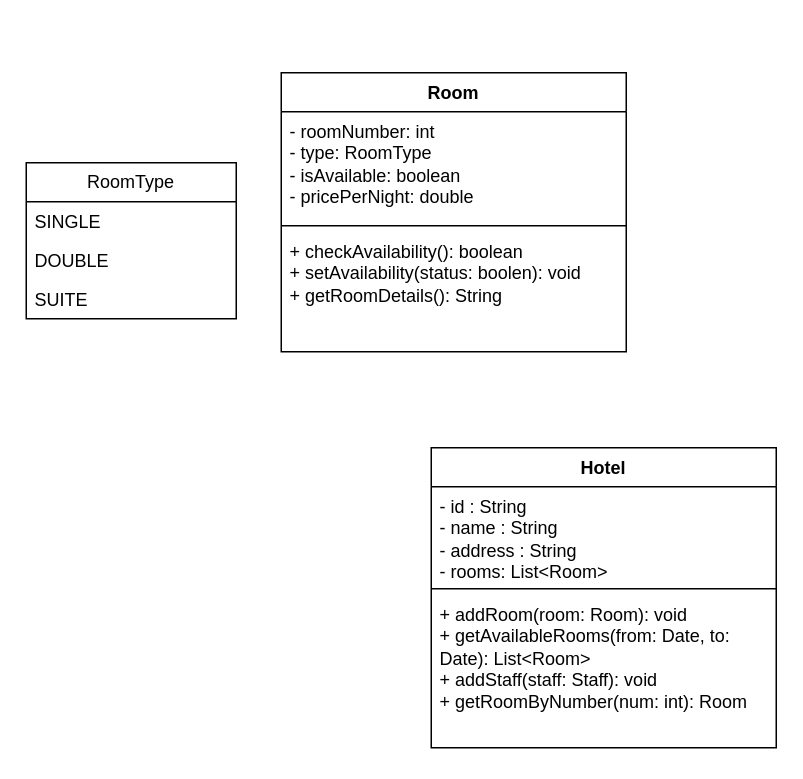
The draw.io diagram Diagramme/LLD Hotel Management.drawio in Janardhan-Waghchaure/LLD_HotelManagement, before the edit. Source tidied: cells renumbered, new cells numbered last; positions are measured from the earlier drawing's top-left corner, leaving out a move shared by most shapes. Both pictures are drawn from the tidied source at 150%, with x=0, y=0 at pixel (26, 72).
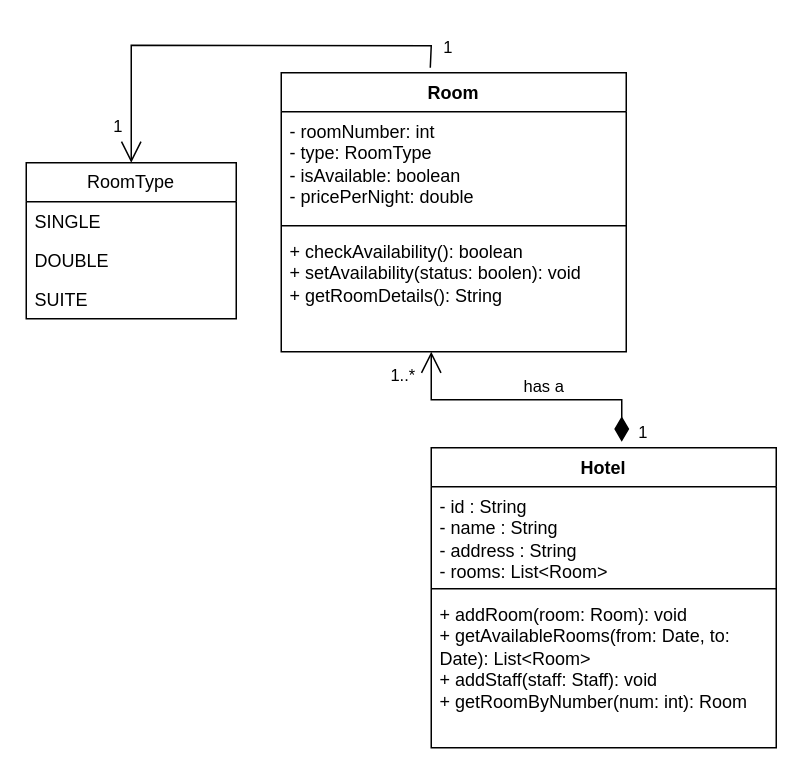
Above is the later version.

Commit message:
added relationships between room and hotel entity

Unchanged cells that the change refers to:
```xml
<mxCell id="6" value="Room" style="swimlane;fontStyle=1;align=center;verticalAlign=top;horizontal=1;startSize=26;whiteSpace=wrap;html=1;" parent="1" vertex="1">
  <mxGeometry x="170" width="230" height="186" as="geometry" />
</mxCell>
<mxCell id="10" value="RoomType" style="swimlane;fontStyle=0;horizontal=1;startSize=26;fillColor=none;whiteSpace=wrap;html=1;" parent="1" vertex="1">
  <mxGeometry y="60" width="140" height="104" as="geometry" />
</mxCell>
```

Change to the diagram source:
```diff
@@
+    <mxCell id="14" value="has a&amp;nbsp;" style="endArrow=open;html=1;endSize=12;startArrow=diamondThin;startSize=14;startFill=1;edgeStyle=orthogonalEdgeStyle;align=left;verticalAlign=bottom;rounded=0;" parent="1" edge="1">
+      <mxGeometry x="0.02" relative="1" as="geometry">
+        <mxPoint x="397" y="246" as="sourcePoint" />
+        <mxPoint x="270" y="186" as="targetPoint" />
+        <Array as="points">
+          <mxPoint x="397" y="218" />
+          <mxPoint x="270" y="218" />
+        </Array>
+      </mxGeometry>
+    </mxCell>
+    <mxCell id="15" value="1" style="edgeLabel;html=1;align=center;verticalAlign=middle;" parent="14" vertex="1">
+      <mxGeometry x="-0.93" relative="1" as="geometry">
+        <mxPoint x="13" as="offset" />
+      </mxGeometry>
+    </mxCell>
+    <mxCell id="16" value="1..*" style="edgeLabel;html=1;align=center;verticalAlign=middle;" parent="14" vertex="1">
+      <mxGeometry x="0.98" y="2" relative="1" as="geometry">
+        <mxPoint x="-18" y="13" as="offset" />
+      </mxGeometry>
+    </mxCell>
+    <mxCell id="17" style="endArrow=open;endFill=1;endSize=12;html=1;rounded=0;entryX=0.5;entryY=0;entryDx=0;entryDy=0;exitX=0.432;exitY=-0.018;exitDx=0;exitDy=0;exitPerimeter=0;" parent="1" edge="1" source="6" target="10">
+      <mxGeometry relative="1" as="geometry">
+        <Array as="points">
+          <mxPoint x="270" y="-18" />
+          <mxPoint x="70" y="-18.3" />
+        </Array>
+      </mxGeometry>
+    </mxCell>
+    <mxCell id="18" value="1" style="edgeLabel;html=1;align=center;verticalAlign=middle;" parent="17" vertex="1">
+      <mxGeometry x="-0.89" y="1" relative="1" as="geometry">
+        <mxPoint x="12" as="offset" />
+      </mxGeometry>
+    </mxCell>
+    <mxCell id="19" value="1" style="edgeLabel;html=1;align=center;verticalAlign=middle;" parent="17" vertex="1">
+      <mxGeometry x="0.83" y="1" relative="1" as="geometry">
+        <mxPoint x="-11" as="offset" />
+      </mxGeometry>
+    </mxCell>
```
